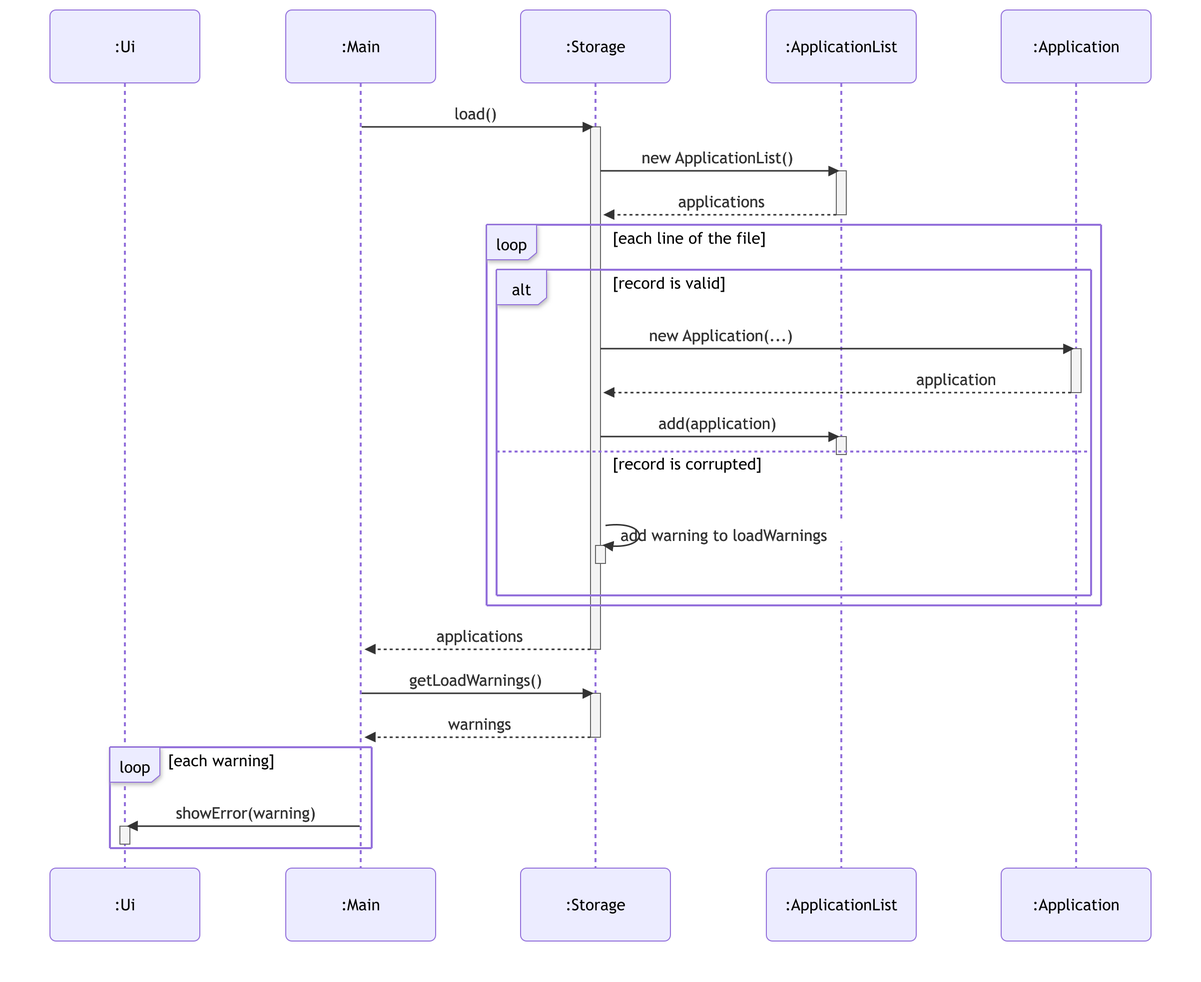
The Mermaid diagram docs/diagrams/storage-load-sequence.png in AY2627S1-CS2113-T10-2/tp, before a commit. Its source is kept beside it as docs/diagrams/sources/storage-load-sequence.mmd.
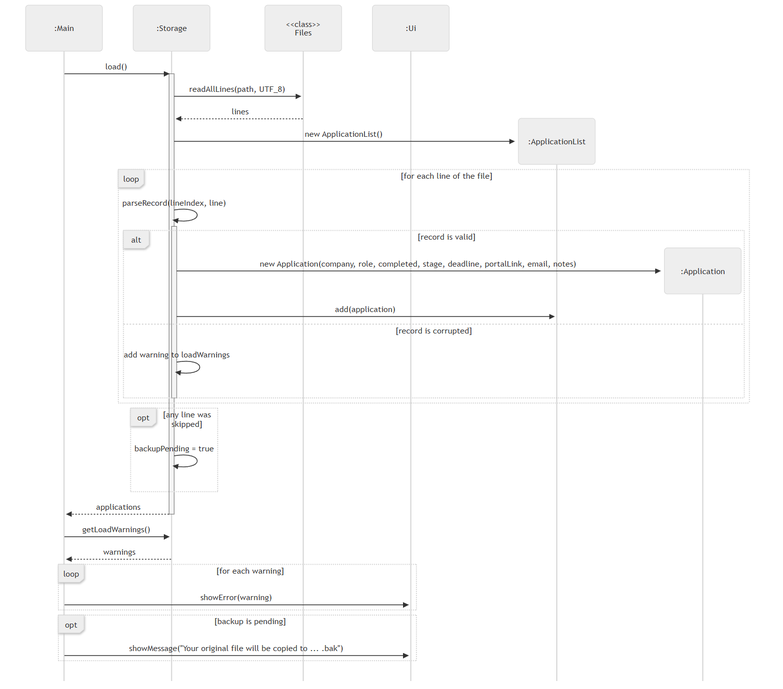
After the commit.

Change to the diagram source:
```diff
@@ -1,45 +1,41 @@
-%%{init: {'theme': 'default', 'sequence': {'actorMargin': 85, 'messageMargin': 45}}}%%
-%%{init: {'theme': 'default', 'sequence': {'actorMargin': 85, 'messageMargin': 45}}}%%
-%%{init: {'theme': 'default', 'sequence': {'actorMargin': 85, 'messageMargin': 45}}}%%
+%%{init: {'theme': 'neutral', 'sequence': {'mirrorActors': false, 'actorMargin': 60, 'messageMargin': 28}}}%%
 sequenceDiagram
-    participant ui as :Ui
     participant main as :Main
     participant storage as :Storage
-    participant list as :ApplicationList
-    participant app as :Application
+    participant files as <<class>><br/>Files
+    participant ui as :Ui
 
     main->>storage: load()
     activate storage
+    storage->>files: readAllLines(path, UTF_8)
+    files-->>storage: lines
+    create participant list as :ApplicationList
+    storage->>list: new ApplicationList()
 
-    storage->>list: new ApplicationList()
-    activate list
-    list-->>storage: applications
-    deactivate list
-
-    loop each line of the file
+    loop for each line of the file
+        storage->>storage: parseRecord(lineIndex, line)
+        activate storage
         alt record is valid
-            storage->>app: new Application(...)
-            activate app
-            app-->>storage: application
-            deactivate app
+            create participant app as :Application
+            storage->>app: new Application(company, role, completed, stage, deadline, portalLink, email, notes)
             storage->>list: add(application)
-            activate list
-            deactivate list
         else record is corrupted
             storage->>storage: add warning to loadWarnings
-            activate storage
-            deactivate storage
         end
+        deactivate storage
+    end
+
+    opt any line was skipped
+        storage->>storage: backupPending = true
     end
     storage-->>main: applications
     deactivate storage
 
     main->>storage: getLoadWarnings()
-    activate storage
     storage-->>main: warnings
-    deactivate storage
-    loop each warning
+    loop for each warning
         main->>ui: showError(warning)
-        activate ui
-        deactivate ui
     end
+    opt backup is pending
+        main->>ui: showMessage("Your original file will be copied to ... .bak")
+    end
```
